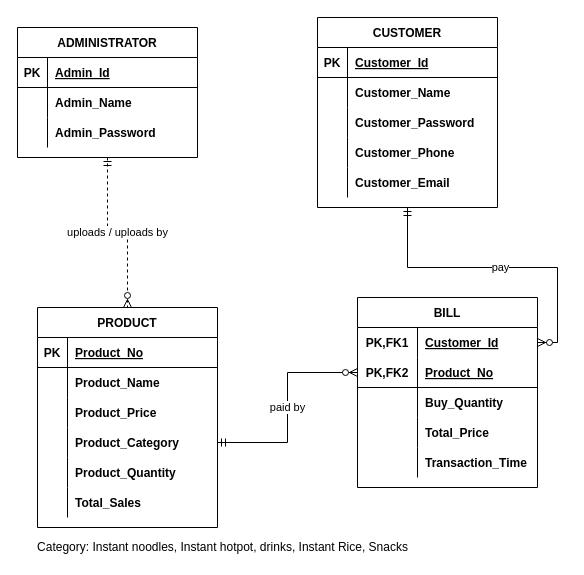
Earlier version of the draw.io diagram database_design/erd.drawio (Stephen-Sim/threshold_food). Source tidied: cells renumbered, new cells numbered last; positions are measured from the earlier drawing's top-left corner, leaving out a move shared by most shapes. Both pictures are drawn from the tidied source at 100%, with x=0, y=0 at pixel (17, 17).
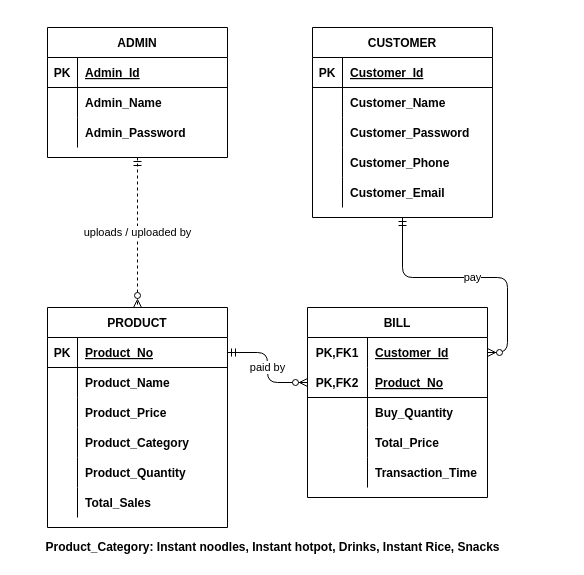
After the change.

Unchanged cells that the change refers to:
```xml
<mxCell id="31" style="shape=partialRectangle;fillColor=none;top=0;left=0;bottom=1;right=0;points=[[0,0.5],[1,0.5]];portConstraint=eastwest;" parent="30" vertex="1">
  <mxGeometry y="30" width="180" height="30" as="geometry" />
</mxCell>
<mxCell id="40" style="shape=partialRectangle;fillColor=none;top=0;left=0;bottom=0;right=0;points=[[0,0.5],[1,0.5]];portConstraint=eastwest;" parent="30" vertex="1">
  <mxGeometry y="120" width="180" height="30" as="geometry" />
</mxCell>
<mxCell id="50" style="shape=partialRectangle;fillColor=none;top=0;left=0;bottom=0;right=0;points=[[0,0.5],[1,0.5]];portConstraint=eastwest;" parent="49" vertex="1">
  <mxGeometry y="30" width="180" height="30" as="geometry" />
</mxCell>
<mxCell id="53" style="shape=partialRectangle;fillColor=none;top=0;left=0;bottom=1;right=0;points=[[0,0.5],[1,0.5]];portConstraint=eastwest;" parent="49" vertex="1">
  <mxGeometry y="60" width="180" height="30" as="geometry" />
</mxCell>
```

What changed in the source:
```diff
@@
-    <mxCell id="2" value="uploads / uploads by" style="edgeStyle=orthogonalEdgeStyle;rounded=0;jettySize=auto;html=1;dashed=1;startArrow=ERmandOne;startFill=0;endArrow=ERzeroToMany;endFill=1;" parent="1" edge="1" source="3" target="30">
+    <mxCell id="2" value="uploads / uploaded by" style="edgeStyle=orthogonalEdgeStyle;jettySize=auto;html=1;dashed=1;startArrow=ERmandOne;startFill=0;endArrow=ERzeroToMany;endFill=1;" parent="1" edge="1" source="3" target="30">
       <mxGeometry relative="1" as="geometry" />
     </mxCell>
-    <mxCell id="3" value="ADMINISTRATOR" style="shape=table;startSize=30;childLayout=tableLayout;rowLines=0;fontStyle=1;align=center;" parent="1" vertex="1">
-      <mxGeometry y="10" width="180" height="130" as="geometry" />
+    <mxCell id="3" value="ADMIN" style="shape=table;startSize=30;childLayout=tableLayout;rowLines=0;fontStyle=1;align=center;" parent="1" vertex="1">
+      <mxGeometry x="30" y="10" width="180" height="130" as="geometry" />
     </mxCell>
@@
-    <mxCell id="13" value="pay" style="edgeStyle=orthogonalEdgeStyle;rounded=0;jettySize=auto;html=1;exitX=0.5;exitY=1;exitDx=0;exitDy=0;entryX=1;entryY=0.5;entryDx=0;entryDy=0;startArrow=ERmandOne;startFill=0;endArrow=ERzeroToMany;endFill=1;" parent="1" edge="1" source="14" target="50">
+    <mxCell id="13" value="pay" style="jettySize=auto;html=1;exitX=0.5;exitY=1;exitDx=0;exitDy=0;entryX=1;entryY=0.5;entryDx=0;entryDy=0;startArrow=ERmandOne;startFill=0;endArrow=ERzeroToMany;endFill=1;edgeStyle=orthogonalEdgeStyle;" parent="1" edge="1" source="14" target="50">
       <mxGeometry relative="1" as="geometry" />
     </mxCell>
     <mxCell id="14" value="CUSTOMER" style="shape=table;startSize=30;childLayout=tableLayout;rowLines=0;fontStyle=1;align=center;" parent="1" vertex="1">
-      <mxGeometry x="300" width="180" height="190" as="geometry" />
+      <mxGeometry x="295" y="10" width="180" height="190" as="geometry" />
     </mxCell>
@@
     <mxCell id="30" value="PRODUCT" style="shape=table;startSize=30;childLayout=tableLayout;rowLines=0;fontStyle=1;align=center;" parent="1" vertex="1">
-      <mxGeometry x="20" y="290" width="180" height="220" as="geometry" />
+      <mxGeometry x="30" y="290" width="180" height="220" as="geometry" />
     </mxCell>
@@
     <mxCell id="49" value="BILL" style="shape=table;startSize=30;childLayout=tableLayout;rowLines=0;fontStyle=1;align=center;" parent="1" vertex="1">
-      <mxGeometry x="340" y="280" width="180" height="190" as="geometry" />
+      <mxGeometry x="290" y="290" width="180" height="190" as="geometry" />
     </mxCell>
@@
-    <mxCell id="65" value="paid by" style="edgeStyle=orthogonalEdgeStyle;rounded=0;jettySize=auto;html=1;entryX=0;entryY=0.5;entryDx=0;entryDy=0;startArrow=ERmandOne;startFill=0;endArrow=ERzeroToMany;endFill=1;" parent="1" edge="1" source="40" target="53">
+    <mxCell id="65" value="paid by" style="edgeStyle=orthogonalEdgeStyle;jettySize=auto;html=1;entryX=0;entryY=0.5;entryDx=0;entryDy=0;startArrow=ERmandOne;startFill=0;endArrow=ERzeroToMany;endFill=1;exitX=1;exitY=0.5;exitDx=0;exitDy=0;" parent="1" edge="1" source="31" target="53">
       <mxGeometry relative="1" as="geometry" />
     </mxCell>
-    <mxCell id="66" value="Category: Instant noodles, Instant hotpot, drinks, Instant Rice, Snacks" style="text;html=1;align=center;verticalAlign=middle;" parent="1" vertex="1">
-      <mxGeometry x="10" y="520" width="390" height="20" as="geometry" />
+    <mxCell id="66" value="&lt;b&gt;Product_Category: Instant noodles, Instant hotpot, Drinks, Instant Rice, Snacks&lt;/b&gt;" style="text;html=1;align=center;verticalAlign=middle;" parent="1" vertex="1">
+      <mxGeometry x="20" y="520" width="470" height="20" as="geometry" />
     </mxCell>
```
